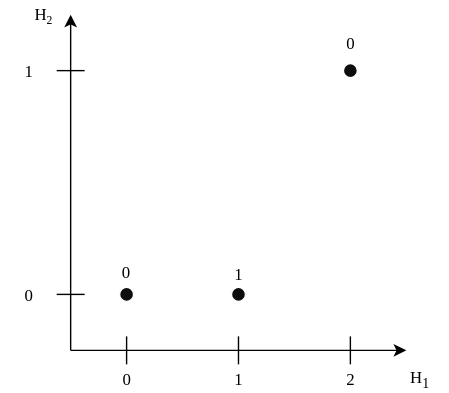
Ema93sh/ema93sh.github.io keeps this draw.io diagram as images/Transformed Input XOR.svg. Above is the earlier version. Source tidied: cells renumbered, new cells last; positions are measured from the earlier drawing's top-left corner, leaving out a move shared by most shapes.
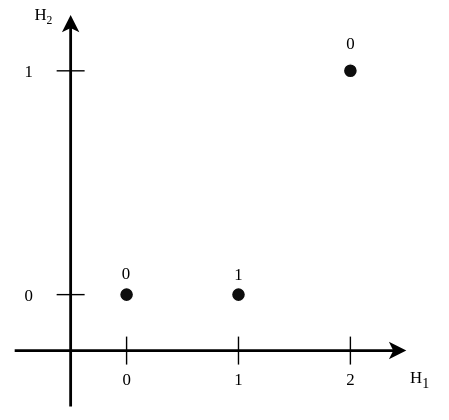
The same file after the commit.

What changed in the source:
```diff
@@ -1,16 +1,16 @@
-<mxGraphModel background="#ffffff">
+<mxGraphModel>
   <root>
     <mxCell id="0" />
     <mxCell id="1" parent="0" />
-    <mxCell id="2" style="endArrow=classic;html=1;fontFamily=Lucida Console;" parent="1" edge="1">
+    <mxCell id="2" style="endArrow=classic;html=1;fontFamily=Lucida Console;strokeWidth=2;rounded=1;shadow=0;comic=0;" parent="1" edge="1">
       <mxGeometry relative="1" as="geometry">
-        <mxPoint x="50" y="250" as="sourcePoint" />
+        <mxPoint x="10" y="250" as="sourcePoint" />
         <mxPoint x="290" y="250" as="targetPoint" />
       </mxGeometry>
     </mxCell>
-    <mxCell id="3" style="endArrow=classic;html=1;fontFamily=Lucida Console;" parent="1" edge="1">
+    <mxCell id="3" style="endArrow=classic;html=1;fontFamily=Lucida Console;strokeWidth=2;rounded=1;shadow=0;comic=0;" parent="1" edge="1">
       <mxGeometry relative="1" as="geometry">
-        <mxPoint x="50" y="250" as="sourcePoint" />
+        <mxPoint x="50" y="290" as="sourcePoint" />
         <mxPoint x="50" y="10" as="targetPoint" />
       </mxGeometry>
     </mxCell>
@@ -38,7 +38,7 @@
     <mxCell id="11" value="0" style="text;html=1;strokeColor=none;fillColor=none;align=center;verticalAlign=middle;whiteSpace=wrap;fontFamily=Lucida Console;" parent="1" vertex="1">
       <mxGeometry x="230" y="20" width="40" height="20" as="geometry" />
     </mxCell>
-    <mxCell id="12" style="endArrow=none;html=1;fontFamily=Lucida Console;exitX=1;exitY=0.5;" parent="1" edge="1" source="5">
+    <mxCell id="12" style="endArrow=none;html=1;fontFamily=Lucida Console;endSize=1;startSize=1;exitX=1;exitY=0.5;strokeWidth=1;" parent="1" edge="1" source="5">
       <mxGeometry relative="1" as="geometry">
         <mxPoint x="60" y="50" as="targetPoint" />
       </mxGeometry>
```
